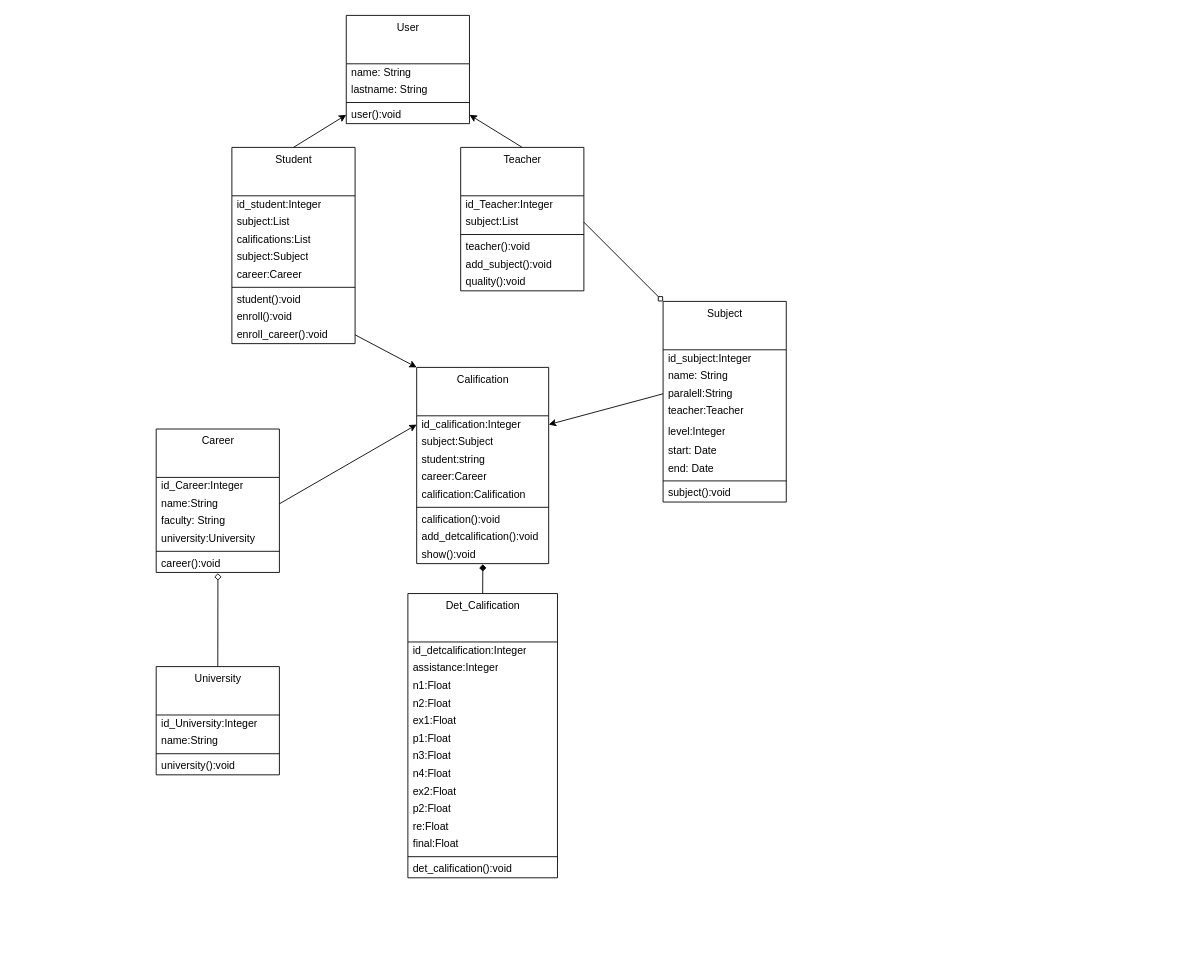
Before: Diagram.drawio in alejandg1/poo_tarea2, a draw.io diagram. Source tidied: cells renumbered, new cells numbered last; positions are measured from the earlier drawing's top-left corner, leaving out a move shared by most shapes. Both pictures are drawn from the tidied source at 88%, with x=0, y=0 at pixel (156, 15).
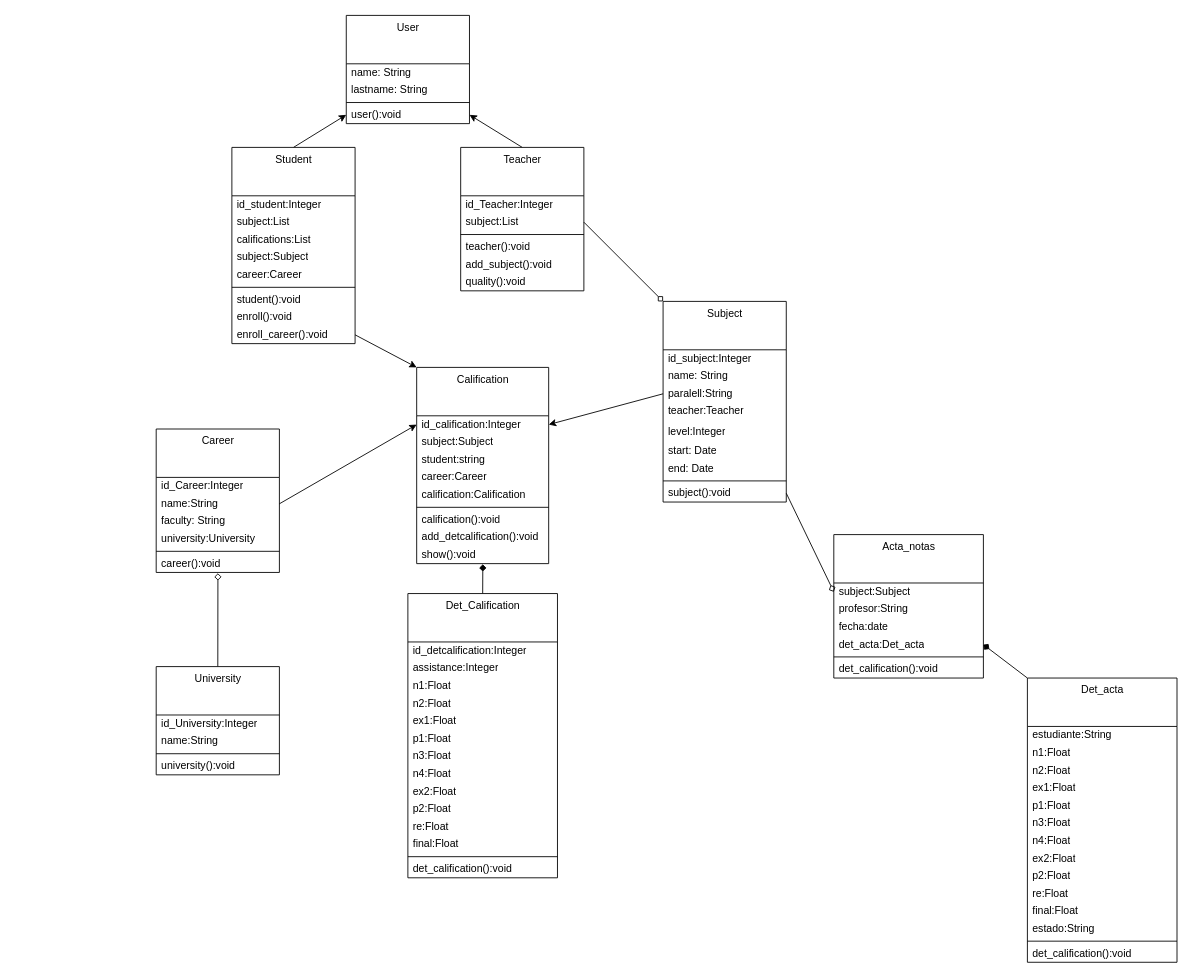
Above is the later version.

Commit message (it also covers changes not shown here):
modificando diagrama

The change refers to these unchanged cells:
```xml
<mxCell id="37" value="subject():void" style="text;html=1;strokeColor=none;fillColor=none;align=left;verticalAlign=middle;spacingLeft=4;spacingRight=4;overflow=hidden;points=[[0,0.5],[1,0.5]];portConstraint=eastwest;" parent="28" vertex="1">
  <mxGeometry y="208" width="140" height="20" as="geometry" />
</mxCell>
```

Change to the diagram source:
```diff
@@
+    <mxCell id="79" value="Acta_notas" style="swimlane;fontStyle=0;align=center;verticalAlign=top;horizontal=1;startSize=55;html=1;" parent="1" vertex="1">
+      <mxGeometry x="770" y="590" width="170" height="163" as="geometry" />
+    </mxCell>
+    <mxCell id="80" value="subject:Subject" style="text;html=1;strokeColor=none;fillColor=none;align=left;verticalAlign=middle;spacingLeft=4;spacingRight=4;overflow=hidden;points=[[0,0.5],[1,0.5]];portConstraint=eastwest;" parent="79" vertex="1">
+      <mxGeometry y="55" width="170" height="20" as="geometry" />
+    </mxCell>
+    <mxCell id="81" value="profesor:String" style="text;html=1;strokeColor=none;fillColor=none;align=left;verticalAlign=middle;spacingLeft=4;spacingRight=4;overflow=hidden;" parent="79" vertex="1">
+      <mxGeometry y="75" width="170" height="20" as="geometry" />
+    </mxCell>
+    <mxCell id="82" value="fecha:date" style="text;html=1;strokeColor=none;fillColor=none;align=left;verticalAlign=middle;spacingLeft=4;spacingRight=4;overflow=hidden;" parent="79" vertex="1">
+      <mxGeometry y="95" width="170" height="20" as="geometry" />
+    </mxCell>
+    <mxCell id="83" value="det_acta:Det_acta" style="text;html=1;strokeColor=none;fillColor=none;align=left;verticalAlign=middle;spacingLeft=4;spacingRight=4;overflow=hidden;points=[[0,0.5],[1,0.5]];portConstraint=eastwest;" parent="79" vertex="1">
+      <mxGeometry y="115" width="170" height="20" as="geometry" />
+    </mxCell>
+    <mxCell id="84" style="line;strokeWidth=1;fillColor=none;align=left;verticalAlign=middle;spacingTop=-1;spacingLeft=3;spacingRight=3;labelPosition=right;" parent="79" vertex="1">
+      <mxGeometry y="135" width="170" height="8" as="geometry" />
+    </mxCell>
+    <mxCell id="85" value="det_calification():void" style="text;html=1;strokeColor=none;fillColor=none;align=left;verticalAlign=middle;spacingLeft=4;spacingRight=4;overflow=hidden;" parent="79" vertex="1">
+      <mxGeometry y="143" width="170" height="20" as="geometry" />
+    </mxCell>
+    <mxCell id="86" style="edgeStyle=none;html=1;exitX=0;exitY=0;exitDx=0;exitDy=0;entryX=1;entryY=0.5;entryDx=0;entryDy=0;endArrow=diamond;endFill=1;" parent="1" edge="1" source="87" target="83">
+      <mxGeometry relative="1" as="geometry" />
+    </mxCell>
+    <mxCell id="87" value="Det_acta" style="swimlane;fontStyle=0;align=center;verticalAlign=top;horizontal=1;startSize=55;html=1;" parent="1" vertex="1">
+      <mxGeometry x="990" y="753" width="170" height="323" as="geometry" />
+    </mxCell>
+    <mxCell id="88" value="estudiante:String" style="text;html=1;strokeColor=none;fillColor=none;align=left;verticalAlign=middle;spacingLeft=4;spacingRight=4;overflow=hidden;" parent="87" vertex="1">
+      <mxGeometry y="55" width="170" height="20" as="geometry" />
+    </mxCell>
+    <mxCell id="89" value="n1:Float" style="text;html=1;strokeColor=none;fillColor=none;align=left;verticalAlign=middle;spacingLeft=4;spacingRight=4;overflow=hidden;" parent="87" vertex="1">
+      <mxGeometry y="75" width="170" height="20" as="geometry" />
+    </mxCell>
+    <mxCell id="90" value="n2:Float" style="text;html=1;strokeColor=none;fillColor=none;align=left;verticalAlign=middle;spacingLeft=4;spacingRight=4;overflow=hidden;" parent="87" vertex="1">
+      <mxGeometry y="95" width="170" height="20" as="geometry" />
+    </mxCell>
+    <mxCell id="91" value="ex1:Float" style="text;html=1;strokeColor=none;fillColor=none;align=left;verticalAlign=middle;spacingLeft=4;spacingRight=4;overflow=hidden;" parent="87" vertex="1">
+      <mxGeometry y="115" width="170" height="20" as="geometry" />
+    </mxCell>
+    <mxCell id="92" value="p1:Float" style="text;html=1;strokeColor=none;fillColor=none;align=left;verticalAlign=middle;spacingLeft=4;spacingRight=4;overflow=hidden;" parent="87" vertex="1">
+      <mxGeometry y="135" width="170" height="20" as="geometry" />
+    </mxCell>
+    <mxCell id="93" value="n3:Float" style="text;html=1;strokeColor=none;fillColor=none;align=left;verticalAlign=middle;spacingLeft=4;spacingRight=4;overflow=hidden;" parent="87" vertex="1">
+      <mxGeometry y="155" width="170" height="20" as="geometry" />
+    </mxCell>
+    <mxCell id="94" value="n4:Float" style="text;html=1;strokeColor=none;fillColor=none;align=left;verticalAlign=middle;spacingLeft=4;spacingRight=4;overflow=hidden;" parent="87" vertex="1">
+      <mxGeometry y="175" width="170" height="20" as="geometry" />
+    </mxCell>
+    <mxCell id="95" value="ex2:Float" style="text;html=1;strokeColor=none;fillColor=none;align=left;verticalAlign=middle;spacingLeft=4;spacingRight=4;overflow=hidden;" parent="87" vertex="1">
+      <mxGeometry y="195" width="170" height="20" as="geometry" />
+    </mxCell>
+    <mxCell id="96" value="p2:Float" style="text;html=1;strokeColor=none;fillColor=none;align=left;verticalAlign=middle;spacingLeft=4;spacingRight=4;overflow=hidden;" parent="87" vertex="1">
+      <mxGeometry y="215" width="170" height="20" as="geometry" />
+    </mxCell>
+    <mxCell id="97" value="re:Float" style="text;html=1;strokeColor=none;fillColor=none;align=left;verticalAlign=middle;spacingLeft=4;spacingRight=4;overflow=hidden;" parent="87" vertex="1">
+      <mxGeometry y="235" width="170" height="20" as="geometry" />
+    </mxCell>
+    <mxCell id="98" value="final:Float" style="text;html=1;strokeColor=none;fillColor=none;align=left;verticalAlign=middle;spacingLeft=4;spacingRight=4;overflow=hidden;" parent="87" vertex="1">
+      <mxGeometry y="255" width="170" height="20" as="geometry" />
+    </mxCell>
+    <mxCell id="99" value="estado:String" style="text;html=1;strokeColor=none;fillColor=none;align=left;verticalAlign=middle;spacingLeft=4;spacingRight=4;overflow=hidden;" parent="87" vertex="1">
+      <mxGeometry y="275" width="170" height="20" as="geometry" />
+    </mxCell>
+    <mxCell id="100" style="line;strokeWidth=1;fillColor=none;align=left;verticalAlign=middle;spacingTop=-1;spacingLeft=3;spacingRight=3;labelPosition=right;" parent="87" vertex="1">
+      <mxGeometry y="295" width="170" height="8" as="geometry" />
+    </mxCell>
+    <mxCell id="101" value="det_calification():void" style="text;html=1;strokeColor=none;fillColor=none;align=left;verticalAlign=middle;spacingLeft=4;spacingRight=4;overflow=hidden;" parent="87" vertex="1">
+      <mxGeometry y="303" width="170" height="20" as="geometry" />
+    </mxCell>
+    <mxCell id="102" style="edgeStyle=none;html=1;exitX=1;exitY=0.5;exitDx=0;exitDy=0;entryX=0;entryY=0.5;entryDx=0;entryDy=0;endArrow=diamond;endFill=0;" parent="1" edge="1" source="37" target="80">
+      <mxGeometry relative="1" as="geometry" />
+    </mxCell>
+    <mxCell id="103" value="&lt;br&gt;" style="text;strokeColor=none;align=center;fillColor=none;html=1;verticalAlign=middle;whiteSpace=wrap;rounded=0;" parent="1" vertex="1">
+      <mxGeometry x="-160" y="390" width="60" height="30" as="geometry" />
+    </mxCell>
```
